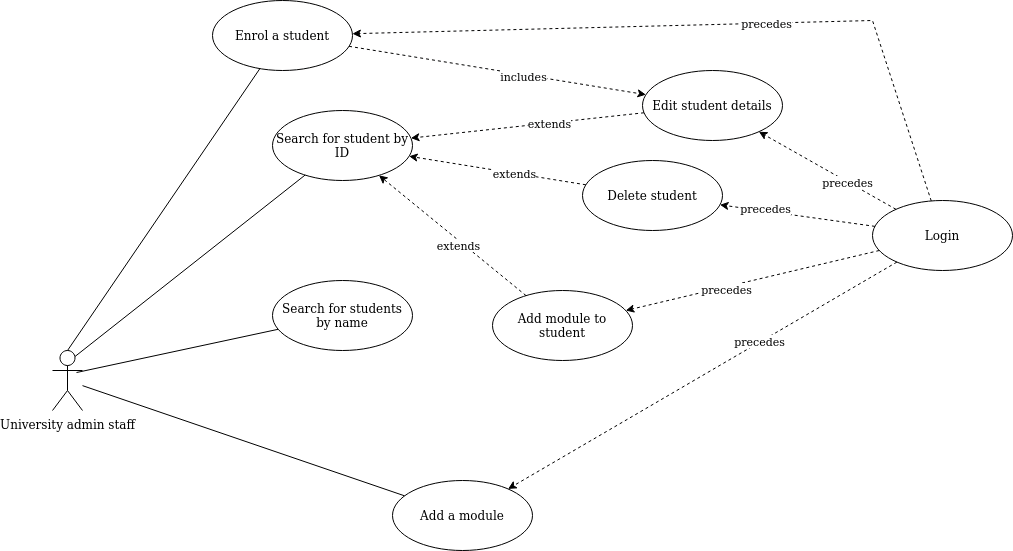
This is images/COM528usecase2.png from nwcourses/nwcourses.github.io, a draw.io export, as it was before one commit. Source tidied: cells renumbered, new cells last; positions are measured from the earlier drawing's top-left corner, leaving out a move shared by most shapes.
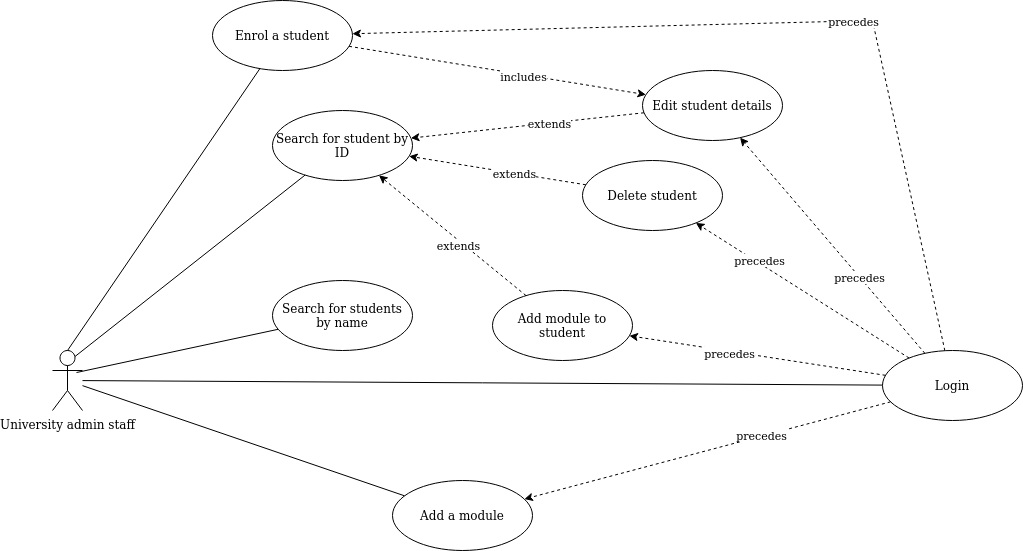
The same file after the commit.

What changed in the source:
```diff
@@ -57,7 +57,7 @@
       <mxGeometry x="-0.1" y="4" relative="1" as="geometry" />
     </mxCell>
     <mxCell id="20" value="Login" style="ellipse;whiteSpace=wrap;html=1;" parent="1" vertex="1">
-      <mxGeometry x="820" y="200" width="140" height="70" as="geometry" />
+      <mxGeometry x="830" y="350" width="140" height="70" as="geometry" />
     </mxCell>
     <mxCell id="21" style="endArrow=classic;html=1;rounded=0;dashed=1;" parent="1" edge="1" source="20" target="6">
       <mxGeometry relative="1" as="geometry" />
@@ -99,5 +99,8 @@
     <mxCell id="32" value="includes" style="edgeLabel;html=1;align=center;verticalAlign=middle;" parent="31" vertex="1">
       <mxGeometry x="0.17" y="-1" relative="1" as="geometry" />
     </mxCell>
+    <mxCell id="33" style="endArrow=none;html=1;rounded=0;" parent="1" edge="1" source="2" target="20">
+      <mxGeometry relative="1" as="geometry" />
+    </mxCell>
   </root>
 </mxGraphModel>
```
